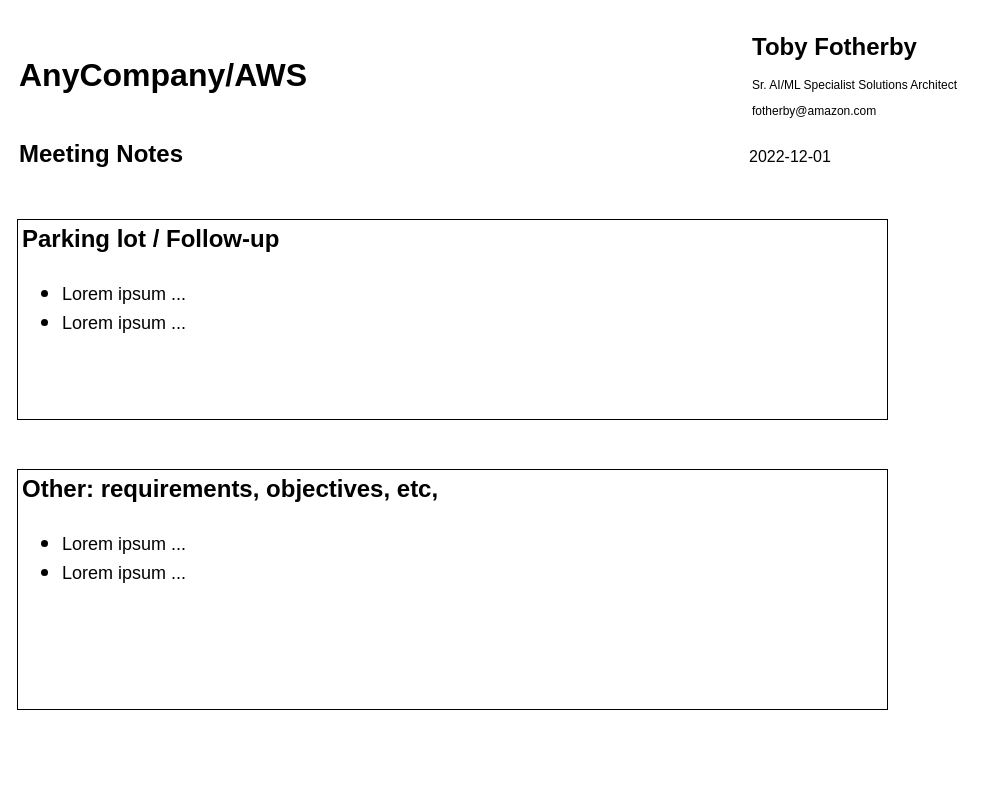
This is page "Parking Lot" (6 of 6) of AB2 - 2022-12-02-v4.drawio from fotoby/ab3, a draw.io file, before an edit. Source tidied: cells renumbered, new cells numbered last; positions are measured from the earlier drawing's top-left corner, leaving out a move shared by most shapes. Both pictures are drawn from the tidied source at 100%, with x=0, y=0 at pixel (17, 27).
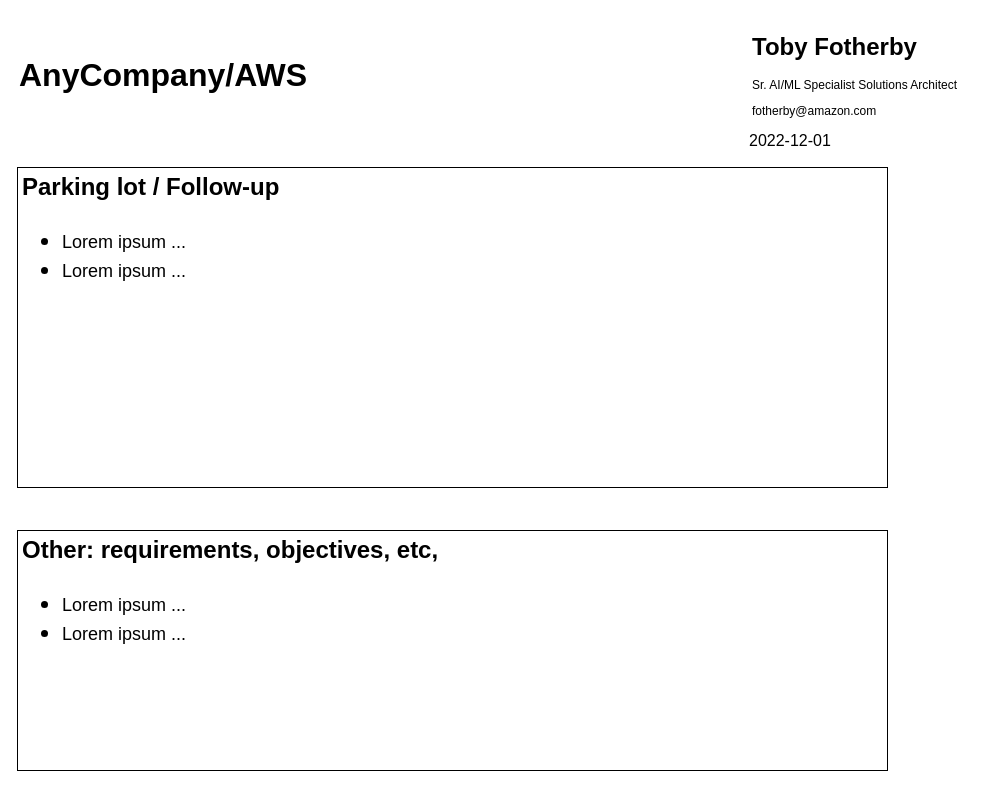
The same page after the edit.

Diff of the diagram source:
```diff
@@
 <mxGraphModel>
   <root>
     <mxCell id="0" />
     <mxCell id="1" parent="0" />
     <mxCell id="2" value="&lt;h1&gt;Toby Fotherby&lt;/h1&gt;&lt;p&gt;Sr. AI/ML Specialist Solutions Architect&lt;/p&gt;&lt;p&gt;fotherby@amazon.com&lt;/p&gt;" style="text;html=1;strokeColor=none;fillColor=none;spacing=5;spacingTop=-20;whiteSpace=wrap;overflow=hidden;rounded=0;" parent="1" vertex="1">
       <mxGeometry x="730" width="240" height="120" as="geometry" />
     </mxCell>
     <mxCell id="3" value="&lt;h1&gt;Parking lot / Follow-up&lt;/h1&gt;&lt;h1&gt;&lt;ul&gt;&lt;li&gt;&lt;font style=&quot;font-size: 18px;&quot;&gt;&lt;span style=&quot;font-weight: normal;&quot;&gt;Lorem ipsum ...&lt;/span&gt;&lt;br&gt;&lt;/font&gt;&lt;/li&gt;&lt;li&gt;&lt;span style=&quot;font-weight: 400;&quot;&gt;&lt;font style=&quot;font-size: 18px;&quot;&gt;Lorem ipsum ...&lt;/font&gt;&lt;/span&gt;&lt;br&gt;&lt;/li&gt;&lt;/ul&gt;&lt;/h1&gt;" style="text;html=1;strokeColor=default;fillColor=none;spacing=5;spacingTop=-20;whiteSpace=wrap;overflow=hidden;rounded=0;shadow=0;" parent="1" vertex="1">
-      <mxGeometry y="192" width="870" height="200" as="geometry" />
+      <mxGeometry y="140" width="870" height="320" as="geometry" />
     </mxCell>
     <mxCell id="4" value="&lt;h1&gt;Other: requirements, objectives, etc,&lt;/h1&gt;&lt;h1&gt;&lt;ul&gt;&lt;li&gt;&lt;font style=&quot;font-size: 18px;&quot;&gt;&lt;span style=&quot;font-weight: normal;&quot;&gt;Lorem ipsum ...&lt;/span&gt;&lt;br&gt;&lt;/font&gt;&lt;/li&gt;&lt;li&gt;&lt;span style=&quot;font-weight: 400;&quot;&gt;&lt;font style=&quot;font-size: 18px;&quot;&gt;Lorem ipsum ...&lt;/font&gt;&lt;/span&gt;&lt;br&gt;&lt;/li&gt;&lt;/ul&gt;&lt;/h1&gt;" style="text;html=1;strokeColor=default;fillColor=none;spacing=5;spacingTop=-20;whiteSpace=wrap;overflow=hidden;rounded=0;" parent="1" vertex="1">
-      <mxGeometry y="442" width="870" height="240" as="geometry" />
+      <mxGeometry y="503" width="870" height="240" as="geometry" />
     </mxCell>
-    <mxCell id="5" value="&lt;b&gt;&lt;font style=&quot;font-size: 24px;&quot;&gt;Meeting Notes&lt;/font&gt;&lt;/b&gt;" style="text;html=1;strokeColor=none;fillColor=none;align=left;verticalAlign=middle;whiteSpace=wrap;rounded=0;dashed=1;labelBackgroundColor=#FFFFFF;fontSize=12;fontColor=#000000;" parent="1" vertex="1">
-      <mxGeometry y="112" width="350" height="30" as="geometry" />
-    </mxCell>
     <mxCell id="6" value="&lt;font style=&quot;font-size: 16px;&quot;&gt;2022-12-01&lt;/font&gt;" style="text;html=1;strokeColor=none;fillColor=none;align=left;verticalAlign=middle;whiteSpace=wrap;rounded=0;dashed=1;labelBackgroundColor=#FFFFFF;fontSize=24;fontColor=#000000;" parent="1" vertex="1">
-      <mxGeometry x="730" y="112" width="143" height="30" as="geometry" />
+      <mxGeometry x="730" y="96" width="143" height="30" as="geometry" />
     </mxCell>
     <mxCell id="7" value="&lt;font style=&quot;font-size: 32px;&quot;&gt;AnyCompany/AWS&lt;/font&gt;" style="text;html=1;strokeColor=none;fillColor=none;align=left;verticalAlign=middle;whiteSpace=wrap;rounded=0;shadow=0;fontSize=18;fontStyle=1;" parent="1" vertex="1">
       <mxGeometry y="33" width="329" height="29" as="geometry" />
     </mxCell>
   </root>
 </mxGraphModel>
```
